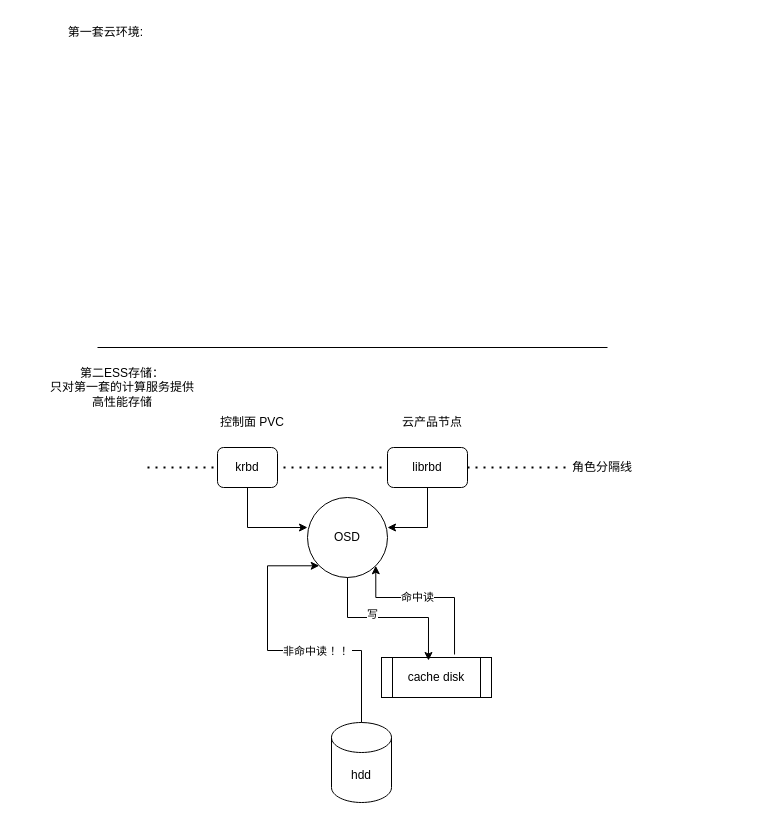
This is 未命名绘图.drawio from ChenFanTony/ceph-diagrams, a draw.io file, before an edit. Source tidied: cells renumbered, new cells numbered last; positions are measured from the earlier drawing's top-left corner, leaving out a move shared by most shapes. Both pictures are drawn from the tidied source at 100%, with x=0, y=0 at pixel (47, 17).
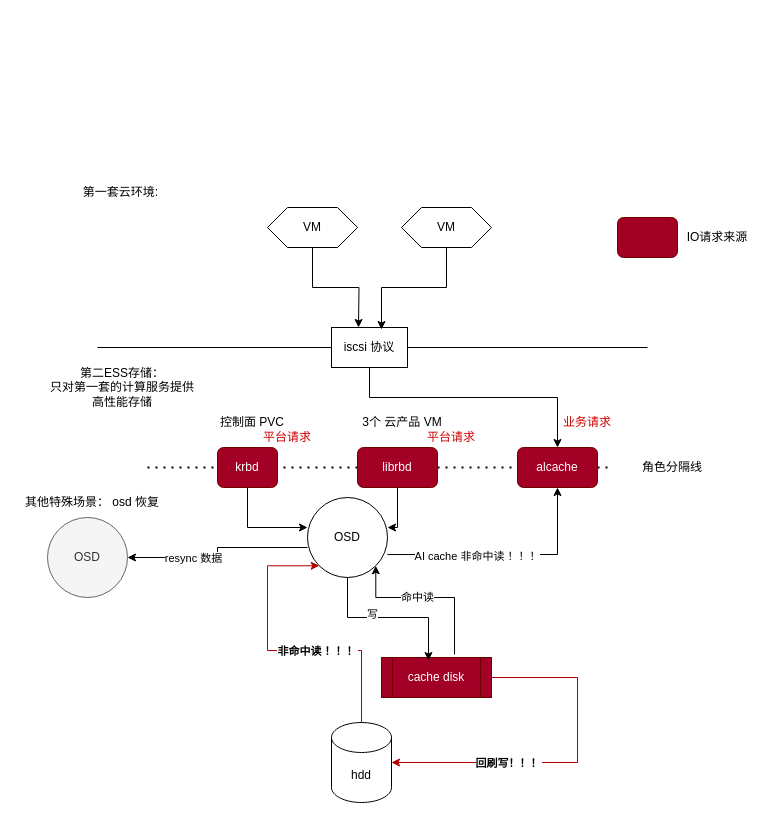
The same page after the edit.

Commit message (it also covers changes not shown here):
更新未命名绘图.drawio

Unchanged cells that the change refers to:
```xml
<mxCell id="3" value="OSD" style="ellipse;whiteSpace=wrap;html=1;" parent="1" vertex="1">
  <mxGeometry x="260" y="480" width="80" height="80" as="geometry" />
</mxCell>
<mxCell id="4" value="hdd" style="shape=cylinder3;whiteSpace=wrap;html=1;boundedLbl=1;backgroundOutline=1;size=15;" parent="1" vertex="1">
  <mxGeometry x="284" y="705" width="60" height="80" as="geometry" />
</mxCell>
```

Change to the diagram source:
```diff
@@
-    <mxCell id="2" style="endArrow=none;html=1;rounded=0;" parent="1" edge="1">
+    <mxCell id="2" style="endArrow=none;html=1;rounded=0;" parent="1" edge="1" source="28">
       <mxGeometry relative="1" as="geometry">
-        <mxPoint x="50" y="330" as="sourcePoint" />
-        <mxPoint x="560" y="330" as="targetPoint" />
+        <mxPoint x="600" y="330" as="targetPoint" />
       </mxGeometry>
     </mxCell>
@@
-    <mxCell id="6" value="cache disk" style="shape=process;whiteSpace=wrap;html=1;backgroundOutline=1;" parent="1" vertex="1">
+    <mxCell id="6" value="cache disk" style="shape=process;whiteSpace=wrap;html=1;backgroundOutline=1;fillColor=#a20025;fontColor=#ffffff;strokeColor=#6F0000;" parent="1" vertex="1">
       <mxGeometry x="334" y="640" width="110" height="40" as="geometry" />
     </mxCell>
@@
-    <mxCell id="11" style="edgeStyle=orthogonalEdgeStyle;rounded=0;jettySize=auto;html=1;exitX=0;exitY=1;exitDx=0;exitDy=0;entryX=0.5;entryY=0;entryDx=0;entryDy=0;entryPerimeter=0;endArrow=none;endFill=0;startArrow=classic;startFill=1;" parent="1" edge="1" source="3" target="4">
+    <mxCell id="11" style="edgeStyle=orthogonalEdgeStyle;rounded=0;jettySize=auto;html=1;exitX=0;exitY=1;exitDx=0;exitDy=0;entryX=0.5;entryY=0;entryDx=0;entryDy=0;entryPerimeter=0;endArrow=none;endFill=0;startArrow=classic;startFill=1;fillColor=#e51400;strokeColor=#B20000;" parent="1" edge="1" source="3" target="4">
       <mxGeometry relative="1" as="geometry">
         <Array as="points">
           <mxPoint x="220" y="548" />
           <mxPoint x="220" y="633" />
           <mxPoint x="314" y="633" />
         </Array>
       </mxGeometry>
     </mxCell>
-    <mxCell id="12" value="非命中读 ！！" style="edgeLabel;html=1;align=center;verticalAlign=middle;" parent="11" vertex="1">
+    <mxCell id="12" value="非命中读 ！！！" style="edgeLabel;html=1;align=center;verticalAlign=middle;fontStyle=1;" parent="11" vertex="1">
       <mxGeometry x="0.12" relative="1" as="geometry">
         <mxPoint x="17" as="offset" />
       </mxGeometry>
     </mxCell>
-    <mxCell id="13" style="endArrow=none;dashed=1;html=1;dashPattern=1 3;strokeWidth=2;rounded=0;" parent="1" edge="1" source="17">
-      <mxGeometry relative="1" as="geometry">
-        <mxPoint x="520" y="450" as="targetPoint" />
-      </mxGeometry>
+    <mxCell id="13" style="endArrow=none;dashed=1;html=1;dashPattern=1 3;strokeWidth=2;rounded=0;" parent="1" edge="1" source="17" target="20">
+      <mxGeometry relative="1" as="geometry" />
     </mxCell>
     <mxCell id="14" value="第一套云环境:&amp;nbsp;" style="text;html=1;whiteSpace=wrap;strokeColor=none;fillColor=none;align=center;verticalAlign=middle;rounded=0;" parent="1" vertex="1">
-      <mxGeometry width="120" height="30" as="geometry" />
+      <mxGeometry x="15" y="160" width="120" height="30" as="geometry" />
     </mxCell>
@@
-    <mxCell id="17" value="librbd" style="rounded=1;whiteSpace=wrap;html=1;" parent="1" vertex="1">
-      <mxGeometry x="340" y="430" width="80" height="40" as="geometry" />
+    <mxCell id="17" value="librbd" style="rounded=1;whiteSpace=wrap;html=1;fillColor=#a20025;strokeColor=#6F0000;fontColor=#ffffff;" parent="1" vertex="1">
+      <mxGeometry x="310" y="430" width="80" height="40" as="geometry" />
     </mxCell>
-    <mxCell id="18" value="云产品节点" style="text;html=1;whiteSpace=wrap;strokeColor=none;fillColor=none;align=center;verticalAlign=middle;rounded=0;" parent="1" vertex="1">
-      <mxGeometry x="340" y="390" width="90" height="30" as="geometry" />
+    <mxCell id="18" value="3个 云产品 VM" style="text;html=1;whiteSpace=wrap;strokeColor=none;fillColor=none;align=center;verticalAlign=middle;rounded=0;" parent="1" vertex="1">
+      <mxGeometry x="310" y="390" width="90" height="30" as="geometry" />
     </mxCell>
-    <mxCell id="19" value="krbd" style="rounded=1;whiteSpace=wrap;html=1;" parent="1" vertex="1">
+    <mxCell id="19" value="krbd" style="rounded=1;whiteSpace=wrap;html=1;fillColor=#a20025;strokeColor=#6F0000;fontColor=#ffffff;" parent="1" vertex="1">
       <mxGeometry x="170" y="430" width="60" height="40" as="geometry" />
     </mxCell>
     <mxCell id="20" value="角色分隔线" style="text;html=1;whiteSpace=wrap;strokeColor=none;fillColor=none;align=center;verticalAlign=middle;rounded=0;" parent="1" vertex="1">
-      <mxGeometry x="490" y="435" width="130" height="30" as="geometry" />
+      <mxGeometry x="560" y="435" width="130" height="30" as="geometry" />
     </mxCell>
@@
     <mxCell id="22" style="edgeStyle=orthogonalEdgeStyle;rounded=0;jettySize=auto;html=1;exitX=0.5;exitY=1;exitDx=0;exitDy=0;entryX=1;entryY=0.375;entryDx=0;entryDy=0;entryPerimeter=0;" parent="1" edge="1" source="17" target="3">
-      <mxGeometry relative="1" as="geometry" />
+      <mxGeometry relative="1" as="geometry">
+        <Array as="points">
+          <mxPoint x="350" y="510" />
+        </Array>
+      </mxGeometry>
     </mxCell>
+    <mxCell id="23" style="edgeStyle=orthogonalEdgeStyle;rounded=0;orthogonalLoop=1;jettySize=auto;html=1;exitX=1;exitY=0.5;exitDx=0;exitDy=0;entryX=1;entryY=0.5;entryDx=0;entryDy=0;entryPerimeter=0;fillColor=#e51400;strokeColor=#B20000;" parent="1" edge="1">
+      <mxGeometry relative="1" as="geometry">
+        <mxPoint x="444" y="660" as="sourcePoint" />
+        <mxPoint x="344" y="745" as="targetPoint" />
+        <Array as="points">
+          <mxPoint x="530" y="660" />
+          <mxPoint x="530" y="745" />
+        </Array>
+      </mxGeometry>
+    </mxCell>
+    <mxCell id="24" value="回刷写！！！" style="edgeLabel;html=1;align=center;verticalAlign=middle;fontStyle=1;" parent="23" vertex="1">
+      <mxGeometry x="0.34" y="3" relative="1" as="geometry">
+        <mxPoint x="-2" y="-3" as="offset" />
+      </mxGeometry>
+    </mxCell>
+    <mxCell id="25" value="VM" style="shape=hexagon;perimeter=hexagonPerimeter2;whiteSpace=wrap;html=1;fixedSize=1;size=20;" parent="1" vertex="1">
+      <mxGeometry x="220" y="190" width="90" height="40" as="geometry" />
+    </mxCell>
+    <mxCell id="26" style="endArrow=none;html=1;rounded=0;" parent="1" edge="1" target="28">
+      <mxGeometry relative="1" as="geometry">
+        <mxPoint x="50" y="330" as="sourcePoint" />
+      </mxGeometry>
+    </mxCell>
+    <mxCell id="27" style="edgeStyle=orthogonalEdgeStyle;rounded=0;jettySize=auto;html=1;exitX=0.5;exitY=1;exitDx=0;exitDy=0;entryX=0.5;entryY=0;entryDx=0;entryDy=0;" parent="1" edge="1" source="28" target="29">
+      <mxGeometry relative="1" as="geometry">
+        <Array as="points">
+          <mxPoint x="322" y="380" />
+          <mxPoint x="510" y="380" />
+        </Array>
+      </mxGeometry>
+    </mxCell>
+    <mxCell id="28" value="iscsi 协议" style="rounded=0;whiteSpace=wrap;html=1;" parent="1" vertex="1">
+      <mxGeometry x="284" y="310" width="76" height="40" as="geometry" />
+    </mxCell>
+    <mxCell id="29" value="alcache" style="rounded=1;whiteSpace=wrap;html=1;fillColor=#a20025;strokeColor=#6F0000;fontColor=#ffffff;" parent="1" vertex="1">
+      <mxGeometry x="470" y="430" width="80" height="40" as="geometry" />
+    </mxCell>
+    <mxCell id="30" value="VM" style="shape=hexagon;perimeter=hexagonPerimeter2;whiteSpace=wrap;html=1;fixedSize=1;size=20;" parent="1" vertex="1">
+      <mxGeometry x="354" y="190" width="90" height="40" as="geometry" />
+    </mxCell>
+    <mxCell id="31" style="edgeStyle=orthogonalEdgeStyle;rounded=0;jettySize=auto;html=1;exitX=0.5;exitY=1;exitDx=0;exitDy=0;" parent="1" edge="1" source="25">
+      <mxGeometry relative="1" as="geometry">
+        <mxPoint x="311" y="310" as="targetPoint" />
+      </mxGeometry>
+    </mxCell>
+    <mxCell id="32" style="edgeStyle=orthogonalEdgeStyle;rounded=0;jettySize=auto;html=1;exitX=0.5;exitY=1;exitDx=0;exitDy=0;entryX=0.658;entryY=0.05;entryDx=0;entryDy=0;entryPerimeter=0;" parent="1" edge="1" source="30" target="28">
+      <mxGeometry relative="1" as="geometry" />
+    </mxCell>
+    <mxCell id="33" style="edgeStyle=orthogonalEdgeStyle;rounded=0;jettySize=auto;html=1;exitX=0.5;exitY=1;exitDx=0;exitDy=0;entryX=1;entryY=0.713;entryDx=0;entryDy=0;entryPerimeter=0;startArrow=classic;startFill=1;endArrow=none;endFill=0;" parent="1" edge="1" source="29" target="3">
+      <mxGeometry relative="1" as="geometry" />
+    </mxCell>
+    <mxCell id="34" value="AI cache 非命中读 ！！！" style="edgeLabel;html=1;align=center;verticalAlign=middle;" parent="33" vertex="1">
+      <mxGeometry x="0.11" y="1" relative="1" as="geometry">
+        <mxPoint x="-16" as="offset" />
+      </mxGeometry>
+    </mxCell>
+    <mxCell id="35" value="业务请求" style="text;html=1;whiteSpace=wrap;strokeColor=none;fillColor=none;align=center;verticalAlign=middle;rounded=0;fontColor=#CC0000;" parent="1" vertex="1">
+      <mxGeometry x="510" y="390" width="60" height="30" as="geometry" />
+    </mxCell>
+    <mxCell id="36" value="平台请求" style="text;html=1;whiteSpace=wrap;strokeColor=none;fillColor=none;align=center;verticalAlign=middle;rounded=0;fontColor=#CC0000;" parent="1" vertex="1">
+      <mxGeometry x="374" y="405" width="60" height="30" as="geometry" />
+    </mxCell>
+    <mxCell id="37" value="平台请求" style="text;html=1;whiteSpace=wrap;strokeColor=none;fillColor=none;align=center;verticalAlign=middle;rounded=0;fontColor=#CC0000;" parent="1" vertex="1">
+      <mxGeometry x="210" y="405" width="60" height="30" as="geometry" />
+    </mxCell>
+    <mxCell id="38" value="OSD" style="ellipse;whiteSpace=wrap;html=1;fillColor=#f5f5f5;fontColor=#333333;strokeColor=#666666;" parent="1" vertex="1">
+      <mxGeometry y="500" width="80" height="80" as="geometry" />
+    </mxCell>
+    <mxCell id="39" value="其他特殊场景： osd 恢复" style="text;html=1;whiteSpace=wrap;strokeColor=none;fillColor=none;align=center;verticalAlign=middle;rounded=0;" parent="1" vertex="1">
+      <mxGeometry x="-30" y="470" width="150" height="30" as="geometry" />
+    </mxCell>
+    <mxCell id="40" style="edgeStyle=orthogonalEdgeStyle;rounded=0;jettySize=auto;html=1;exitX=1;exitY=0.5;exitDx=0;exitDy=0;entryX=0;entryY=0.625;entryDx=0;entryDy=0;entryPerimeter=0;startArrow=classic;startFill=1;endArrow=none;endFill=0;" parent="1" edge="1" source="38" target="3">
+      <mxGeometry relative="1" as="geometry" />
+    </mxCell>
+    <mxCell id="41" value="resync 数据" style="edgeLabel;html=1;align=center;verticalAlign=middle;" parent="40" vertex="1">
+      <mxGeometry x="-0.32" relative="1" as="geometry" />
+    </mxCell>
+    <mxCell id="42" style="rounded=1;whiteSpace=wrap;html=1;fillColor=#a20025;strokeColor=#6F0000;fontColor=#ffffff;" parent="1" vertex="1">
+      <mxGeometry x="570" y="200" width="60" height="40" as="geometry" />
+    </mxCell>
+    <mxCell id="43" value="IO请求来源" style="text;html=1;whiteSpace=wrap;strokeColor=none;fillColor=none;align=center;verticalAlign=middle;rounded=0;" parent="1" vertex="1">
+      <mxGeometry x="630" y="205" width="80" height="30" as="geometry" />
+    </mxCell>
```
